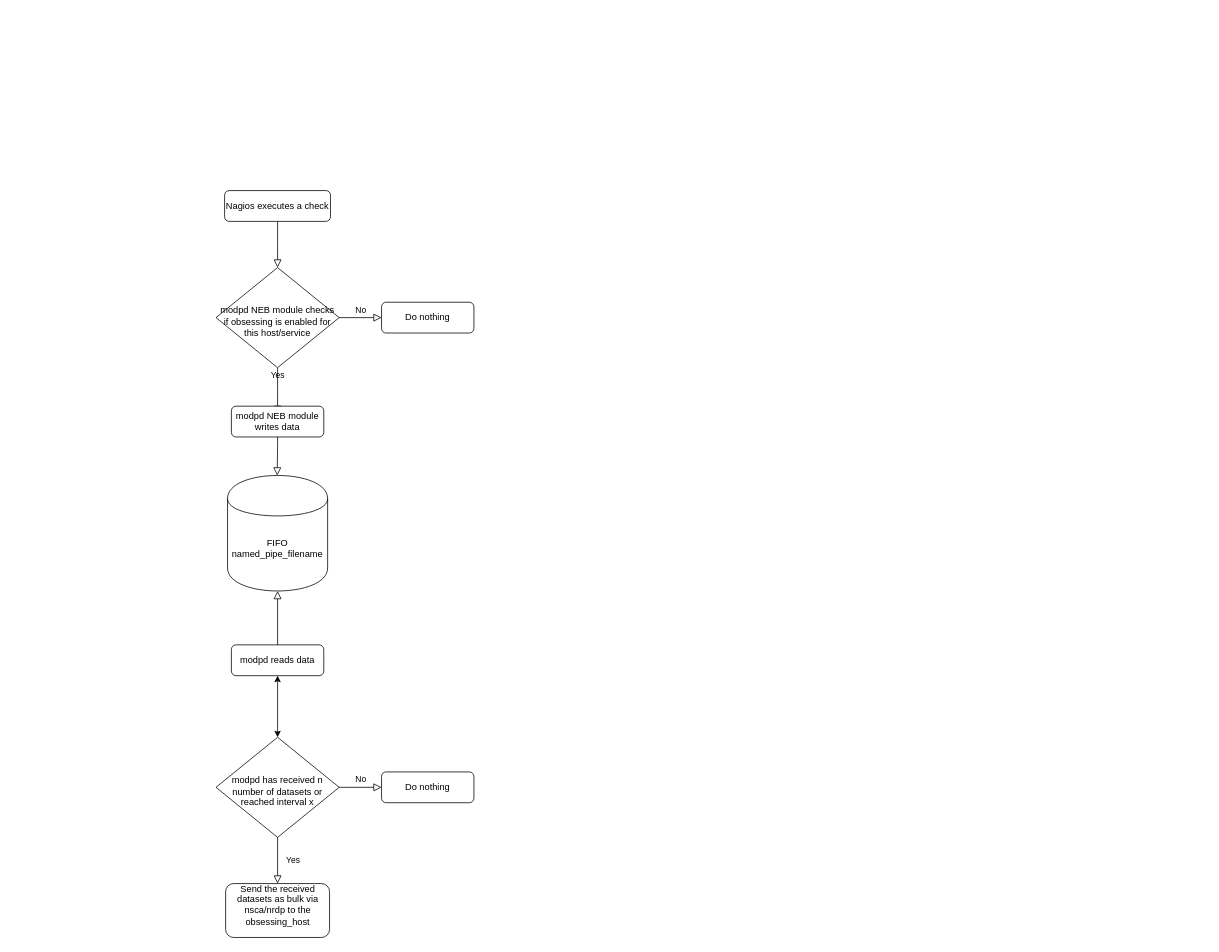
Earlier version of the draw.io diagram images/modpd.drawio (ccztux/modpd). Source tidied: cells renumbered, new cells numbered last; positions are measured from the earlier drawing's top-left corner, leaving out a move shared by most shapes. Both pictures are drawn from the tidied source at 77%, with x=0, y=0 at pixel (216, 190).
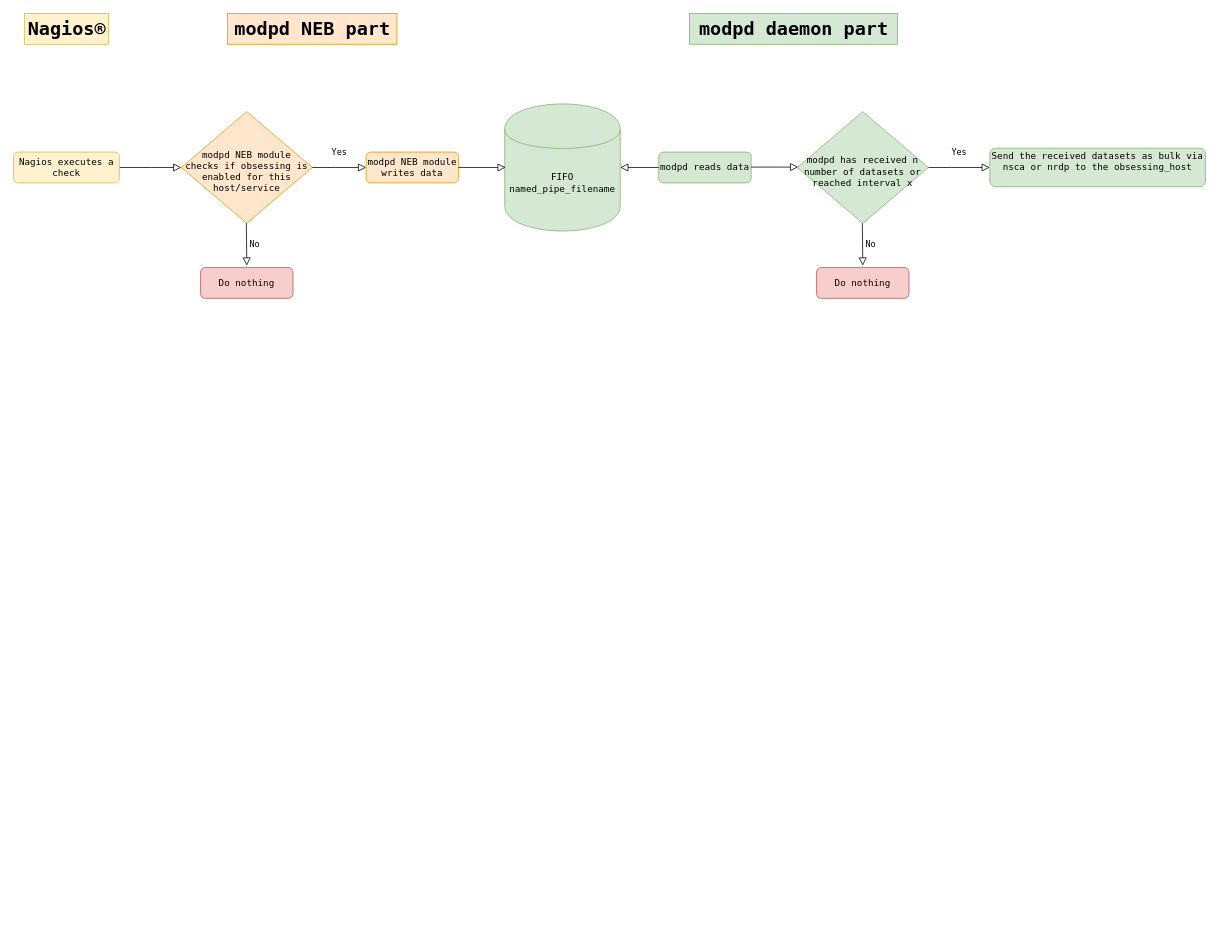
The same page after the edit.

The edit, as a diff of the source:
```diff
@@
-    <mxCell id="2" style="rounded=0;html=1;jettySize=auto;fontSize=11;endArrow=block;endFill=0;endSize=8;strokeWidth=1;shadow=0;labelBackgroundColor=none;edgeStyle=orthogonalEdgeStyle;" parent="1" edge="1" source="3" target="6">
-      <mxGeometry relative="1" as="geometry" />
+    <mxCell id="2" style="rounded=0;html=1;jettySize=auto;fontSize=11;endArrow=block;endFill=0;endSize=8;strokeWidth=1;shadow=0;labelBackgroundColor=none;edgeStyle=orthogonalEdgeStyle;fontFamily=Lucida Console;" parent="1" edge="1" source="3">
+      <mxGeometry relative="1" as="geometry">
+        <mxPoint x="-45" y="-30" as="targetPoint" />
+      </mxGeometry>
     </mxCell>
-    <mxCell id="3" value="Nagios executes a check" style="rounded=1;whiteSpace=wrap;html=1;fontSize=12;glass=0;strokeWidth=1;shadow=0;" parent="1" vertex="1">
-      <mxGeometry x="11.2" width="137.5" height="40" as="geometry" />
+    <mxCell id="3" value="Nagios executes a check" style="rounded=1;whiteSpace=wrap;html=1;fontSize=12;glass=0;strokeWidth=1;shadow=0;fontFamily=Lucida Console;fillColor=#fff2cc;strokeColor=#d6b656;" parent="1" vertex="1">
+      <mxGeometry x="-263" y="-50" width="137.5" height="40" as="geometry" />
     </mxCell>
-    <mxCell id="4" value="Yes" style="rounded=0;html=1;jettySize=auto;fontSize=11;endArrow=block;endFill=0;endSize=8;strokeWidth=1;shadow=0;labelBackgroundColor=none;edgeStyle=orthogonalEdgeStyle;" parent="1" edge="1" source="6">
-      <mxGeometry y="20" relative="1" as="geometry">
-        <mxPoint x="80" y="290" as="targetPoint" />
-      </mxGeometry>
-    </mxCell>
-    <mxCell id="5" value="No" style="edgeStyle=orthogonalEdgeStyle;rounded=0;html=1;jettySize=auto;fontSize=11;endArrow=block;endFill=0;endSize=8;strokeWidth=1;shadow=0;labelBackgroundColor=none;" parent="1" edge="1" source="6" target="7">
-      <mxGeometry y="10" relative="1" as="geometry" />
-    </mxCell>
-    <mxCell id="6" value="&lt;div&gt;&lt;br&gt;&lt;/div&gt;&lt;div&gt;modpd NEB module checks if obsessing is enabled for this host/service&lt;/div&gt;" style="rhombus;whiteSpace=wrap;html=1;shadow=0;fontFamily=Helvetica;fontSize=12;align=center;strokeWidth=1;spacing=6;spacingTop=-4;" parent="1" vertex="1">
-      <mxGeometry y="100" width="160" height="130" as="geometry" />
+    <mxCell id="6" value="&lt;div&gt;&lt;br&gt;&lt;/div&gt;&lt;div&gt;modpd NEB module checks if obsessing is enabled for this host/service&lt;/div&gt;" style="rhombus;whiteSpace=wrap;html=1;shadow=0;fontFamily=Lucida Console;fontSize=12;align=center;strokeWidth=1;spacing=6;spacingTop=-4;fillColor=#ffe6cc;strokeColor=#d79b00;" parent="1" vertex="1">
+      <mxGeometry x="-45" y="-102.5" width="170" height="145" as="geometry" />
     </mxCell>
-    <mxCell id="7" value="Do nothing" style="rounded=1;whiteSpace=wrap;html=1;fontSize=12;glass=0;strokeWidth=1;shadow=0;" parent="1" vertex="1">
-      <mxGeometry x="215" y="145" width="120" height="40" as="geometry" />
+    <mxCell id="7" value="Do nothing" style="rounded=1;whiteSpace=wrap;html=1;fontSize=12;glass=0;strokeWidth=1;shadow=0;fontFamily=Lucida Console;fillColor=#f8cecc;strokeColor=#b85450;" parent="1" vertex="1">
+      <mxGeometry x="-20" y="100" width="120" height="40" as="geometry" />
     </mxCell>
-    <mxCell id="8" value="FIFO named_pipe_filename" style="shape=cylinder;whiteSpace=wrap;html=1;boundedLbl=1;backgroundOutline=1;" parent="1" vertex="1">
-      <mxGeometry x="15" y="370" width="130" height="150" as="geometry" />
+    <mxCell id="8" value="FIFO named_pipe_filename" style="shape=cylinder;whiteSpace=wrap;html=1;boundedLbl=1;backgroundOutline=1;fontFamily=Lucida Console;fillColor=#d5e8d4;strokeColor=#82b366;" parent="1" vertex="1">
+      <mxGeometry x="375" y="-112.5" width="150" height="165" as="geometry" />
     </mxCell>
+    <mxCell id="14" value="modpd reads data" style="rounded=1;whiteSpace=wrap;html=1;fontSize=12;glass=0;strokeWidth=1;shadow=0;fontFamily=Lucida Console;fillColor=#d5e8d4;strokeColor=#82b366;" parent="1" vertex="1">
+      <mxGeometry x="575" y="-50" width="120" height="40" as="geometry" />
+    </mxCell>
+    <mxCell id="17" value="modpd NEB module writes data" style="rounded=1;whiteSpace=wrap;html=1;fontSize=12;glass=0;strokeWidth=1;shadow=0;fontFamily=Lucida Console;fillColor=#ffe6cc;strokeColor=#d79b00;" parent="1" vertex="1">
+      <mxGeometry x="195" y="-50" width="120" height="40" as="geometry" />
+    </mxCell>
+    <mxCell id="19" value="modpd NEB part" style="text;strokeColor=#d79b00;fillColor=#ffe6cc;html=1;fontSize=24;fontStyle=1;verticalAlign=middle;align=center;fontFamily=Lucida Console;" parent="1" vertex="1">
+      <mxGeometry x="15" y="-230" width="220" height="40" as="geometry" />
+    </mxCell>
+    <mxCell id="20" value="&lt;font&gt;modpd daemon part&lt;/font&gt;" style="text;strokeColor=#82b366;fillColor=#d5e8d4;html=1;fontSize=24;fontStyle=1;verticalAlign=middle;align=center;fontFamily=Lucida Console;" parent="1" vertex="1">
+      <mxGeometry x="615" y="-230" width="270" height="40" as="geometry" />
+    </mxCell>
+    <mxCell id="21" value="No" style="edgeStyle=orthogonalEdgeStyle;rounded=0;html=1;jettySize=auto;orthogonalLoop=1;fontSize=11;endArrow=block;endFill=0;endSize=8;strokeWidth=1;shadow=0;labelBackgroundColor=none;fontFamily=Lucida Console;" parent="1" edge="1">
+      <mxGeometry y="10" relative="1" as="geometry">
+        <mxPoint x="39.5" y="42.5" as="sourcePoint" />
+        <mxPoint x="40" y="97.5" as="targetPoint" />
+        <Array as="points">
+          <mxPoint x="40" y="47.5" />
+          <mxPoint x="40" y="47.5" />
+        </Array>
+      </mxGeometry>
+    </mxCell>
+    <mxCell id="22" value="Yes" style="rounded=0;html=1;jettySize=auto;fontSize=11;endArrow=block;endFill=0;endSize=8;strokeWidth=1;shadow=0;labelBackgroundColor=none;edgeStyle=orthogonalEdgeStyle;fontFamily=Lucida Console;exitX=1;exitY=0.5;exitDx=0;exitDy=0;entryX=0;entryY=0.5;entryDx=0;entryDy=0;" parent="1" edge="1" source="6" target="17">
+      <mxGeometry y="20" relative="1" as="geometry">
+        <Array as="points">
+          <mxPoint x="155" y="-30" />
+          <mxPoint x="155" y="-30" />
+        </Array>
+      </mxGeometry>
+    </mxCell>
+    <mxCell id="23" style="rounded=0;html=1;jettySize=auto;fontSize=11;endArrow=block;endFill=0;endSize=8;strokeWidth=1;shadow=0;labelBackgroundColor=none;edgeStyle=orthogonalEdgeStyle;exitX=1;exitY=0.5;exitDx=0;exitDy=0;fontFamily=Lucida Console;" parent="1" edge="1" source="17">
+      <mxGeometry relative="1" as="geometry">
+        <mxPoint x="376.2" y="-30" as="targetPoint" />
+      </mxGeometry>
+    </mxCell>
+    <mxCell id="24" value="Yes" style="rounded=0;html=1;jettySize=auto;fontSize=11;endArrow=block;endFill=0;endSize=8;strokeWidth=1;shadow=0;labelBackgroundColor=none;edgeStyle=orthogonalEdgeStyle;exitX=1;exitY=0.5;exitDx=0;exitDy=0;fontFamily=Lucida Console;" parent="1" edge="1" source="9">
+      <mxGeometry y="20" relative="1" as="geometry">
+        <mxPoint x="1005" y="-30" as="targetPoint" />
+        <Array as="points">
+          <mxPoint x="955" y="-30" />
+          <mxPoint x="955" y="-30" />
+        </Array>
+      </mxGeometry>
+    </mxCell>
+    <mxCell id="25" value="&lt;div&gt;Send the received datasets as bulk via nsca or nrdp to the obsessing_host&lt;/div&gt;&lt;div&gt;&lt;br&gt;&lt;/div&gt;" style="rounded=1;whiteSpace=wrap;html=1;fontSize=12;glass=0;strokeWidth=1;shadow=0;fontFamily=Lucida Console;fillColor=#d5e8d4;strokeColor=#82b366;" parent="1" vertex="1">
+      <mxGeometry x="1005" y="-55" width="280" height="50" as="geometry" />
+    </mxCell>
+    <mxCell id="26" style="rounded=0;html=1;jettySize=auto;orthogonalLoop=1;fontSize=11;endArrow=block;endFill=0;endSize=8;strokeWidth=1;shadow=0;labelBackgroundColor=none;edgeStyle=orthogonalEdgeStyle;exitX=1;exitY=0.5;exitDx=0;exitDy=0;fontFamily=Lucida Console;" parent="1" edge="1">
+      <mxGeometry relative="1" as="geometry">
+        <mxPoint x="695" y="-30.5" as="sourcePoint" />
+        <mxPoint x="756.2" y="-30.5" as="targetPoint" />
+      </mxGeometry>
+    </mxCell>
+    <mxCell id="27" value="Nagios®" style="text;strokeColor=#d6b656;fillColor=#fff2cc;html=1;fontSize=24;fontStyle=1;verticalAlign=middle;align=center;fontFamily=Lucida Console;" parent="1" vertex="1">
+      <mxGeometry x="-248.9" y="-230" width="109.2" height="40" as="geometry" />
+    </mxCell>
-    <mxCell id="9" value="&lt;div&gt;&lt;br&gt;&lt;/div&gt;&lt;div&gt;modpd has received n number of datasets or reached interval x&lt;/div&gt;" style="rhombus;whiteSpace=wrap;html=1;shadow=0;fontFamily=Helvetica;fontSize=12;align=center;strokeWidth=1;spacing=6;spacingTop=-4;" parent="1" vertex="1">
-      <mxGeometry y="710" width="160" height="130" as="geometry" />
+    <mxCell id="9" value="&lt;div&gt;&lt;br&gt;&lt;/div&gt;&lt;div&gt;&lt;div&gt;modpd has received n number of datasets or reached interval x&lt;/div&gt;&lt;/div&gt;" style="rhombus;whiteSpace=wrap;html=1;shadow=0;fontFamily=Lucida Console;fontSize=12;align=center;strokeWidth=1;spacing=6;spacingTop=-4;fillColor=#d5e8d4;strokeColor=#82b366;" parent="1" vertex="1">
+      <mxGeometry x="755" y="-102.5" width="170" height="145" as="geometry" />
     </mxCell>
-    <mxCell id="10" value="No" style="edgeStyle=orthogonalEdgeStyle;rounded=0;html=1;jettySize=auto;fontSize=11;endArrow=block;endFill=0;endSize=8;strokeWidth=1;shadow=0;labelBackgroundColor=none;exitX=1;exitY=0.5;exitDx=0;exitDy=0;" parent="1" edge="1" source="9" target="11">
-      <mxGeometry y="10" relative="1" as="geometry">
-        <Array as="points">
-          <mxPoint x="195" y="775" />
-          <mxPoint x="195" y="775" />
-        </Array>
-      </mxGeometry>
-    </mxCell>
+    <mxCell id="28" value="No" style="edgeStyle=orthogonalEdgeStyle;rounded=0;html=1;jettySize=auto;orthogonalLoop=1;fontSize=11;endArrow=block;endFill=0;endSize=8;strokeWidth=1;shadow=0;labelBackgroundColor=none;fontFamily=Lucida Console;" parent="1" edge="1">
+      <mxGeometry y="10" relative="1" as="geometry">
+        <mxPoint x="839.5" y="42.5" as="sourcePoint" />
+        <mxPoint x="840" y="97.5" as="targetPoint" />
+        <Array as="points">
+          <mxPoint x="840" y="47.5" />
+          <mxPoint x="840" y="47.5" />
+        </Array>
+      </mxGeometry>
+    </mxCell>
-    <mxCell id="11" value="Do nothing" style="rounded=1;whiteSpace=wrap;html=1;fontSize=12;glass=0;strokeWidth=1;shadow=0;" parent="1" vertex="1">
-      <mxGeometry x="215" y="755" width="120" height="40" as="geometry" />
+    <mxCell id="11" value="Do nothing" style="rounded=1;whiteSpace=wrap;html=1;fontSize=12;glass=0;strokeWidth=1;shadow=0;fontFamily=Lucida Console;fillColor=#f8cecc;strokeColor=#b85450;" parent="1" vertex="1">
+      <mxGeometry x="780" y="100" width="120" height="40" as="geometry" />
     </mxCell>
-    <mxCell id="12" value="Yes" style="rounded=0;html=1;jettySize=auto;fontSize=11;endArrow=block;endFill=0;endSize=8;strokeWidth=1;shadow=0;labelBackgroundColor=none;edgeStyle=orthogonalEdgeStyle;exitX=0.5;exitY=1;exitDx=0;exitDy=0;entryX=0.5;entryY=0;entryDx=0;entryDy=0;" parent="1" edge="1" source="9" target="13">
-      <mxGeometry y="20" relative="1" as="geometry" />
-    </mxCell>
-    <mxCell id="13" value="&lt;div&gt;Send the received datasets as bulk via nsca/nrdp to the obsessing_host&lt;/div&gt;&lt;div&gt;&lt;br&gt;&lt;/div&gt;" style="rounded=1;whiteSpace=wrap;html=1;fontSize=12;glass=0;strokeWidth=1;shadow=0;" parent="1" vertex="1">
-      <mxGeometry x="12.5" y="900" width="135" height="70" as="geometry" />
-    </mxCell>
-    <mxCell id="14" value="modpd reads data" style="rounded=1;whiteSpace=wrap;html=1;fontSize=12;glass=0;strokeWidth=1;shadow=0;" parent="1" vertex="1">
-      <mxGeometry x="20" y="590" width="120" height="40" as="geometry" />
-    </mxCell>
-    <mxCell id="15" style="rounded=0;html=1;jettySize=auto;fontSize=11;endArrow=block;endFill=0;endSize=8;strokeWidth=1;shadow=0;labelBackgroundColor=none;edgeStyle=orthogonalEdgeStyle;entryX=0.5;entryY=1;entryDx=0;entryDy=0;entryPerimeter=0;exitX=0.5;exitY=0;exitDx=0;exitDy=0;" parent="1" edge="1" source="14" target="8">
+    <mxCell id="15" style="rounded=0;html=1;jettySize=auto;fontSize=11;endArrow=block;endFill=0;endSize=8;strokeWidth=1;shadow=0;labelBackgroundColor=none;edgeStyle=orthogonalEdgeStyle;exitX=0;exitY=0.5;exitDx=0;exitDy=0;fontFamily=Lucida Console;entryX=1;entryY=0.5;entryDx=0;entryDy=0;" parent="1" edge="1" source="14" target="8">
       <mxGeometry relative="1" as="geometry" />
     </mxCell>
-    <mxCell id="16" style="endArrow=classic;startArrow=classic;html=1;entryX=0.5;entryY=1;entryDx=0;entryDy=0;exitX=0.5;exitY=0;exitDx=0;exitDy=0;" parent="1" edge="1" source="9" target="14">
-      <mxGeometry relative="1" as="geometry" />
-    </mxCell>
-    <mxCell id="17" value="modpd NEB module writes data" style="rounded=1;whiteSpace=wrap;html=1;fontSize=12;glass=0;strokeWidth=1;shadow=0;" parent="1" vertex="1">
-      <mxGeometry x="20" y="280" width="120" height="40" as="geometry" />
-    </mxCell>
-    <mxCell id="18" style="rounded=0;html=1;jettySize=auto;fontSize=11;endArrow=block;endFill=0;endSize=8;strokeWidth=1;shadow=0;labelBackgroundColor=none;edgeStyle=orthogonalEdgeStyle;exitX=0.5;exitY=1;exitDx=0;exitDy=0;" parent="1" edge="1" source="17">
-      <mxGeometry relative="1" as="geometry">
-        <mxPoint x="79.5" y="370" as="targetPoint" />
-        <Array as="points">
-          <mxPoint x="80" y="330" />
-        </Array>
-      </mxGeometry>
-    </mxCell>
```
